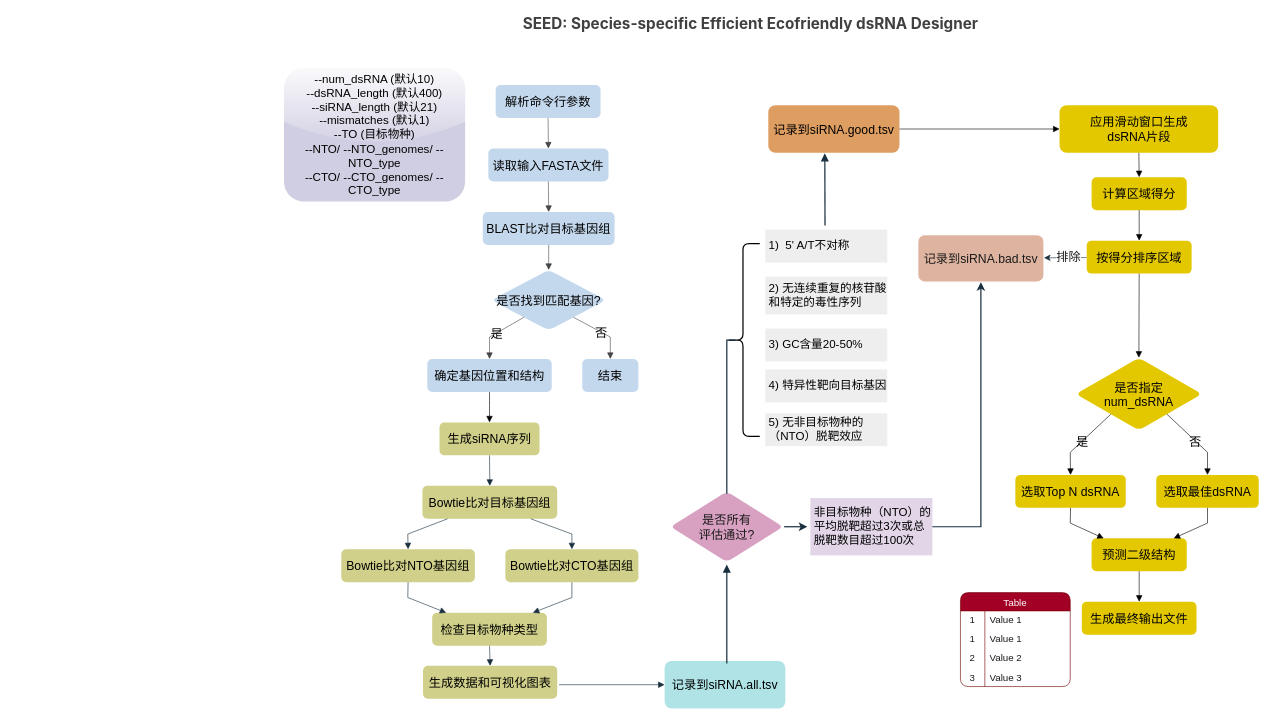
Earlier version of the draw.io diagram page "第 19 页" (18 of 19) of 未命名绘图.drawio (hjanime/101). Source tidied: cells renumbered, new cells numbered last; positions are measured from the earlier drawing's top-left corner, leaving out a move shared by most shapes. Both pictures are drawn from the tidied source at 61%, with x=0, y=0 at pixel (284, 10).
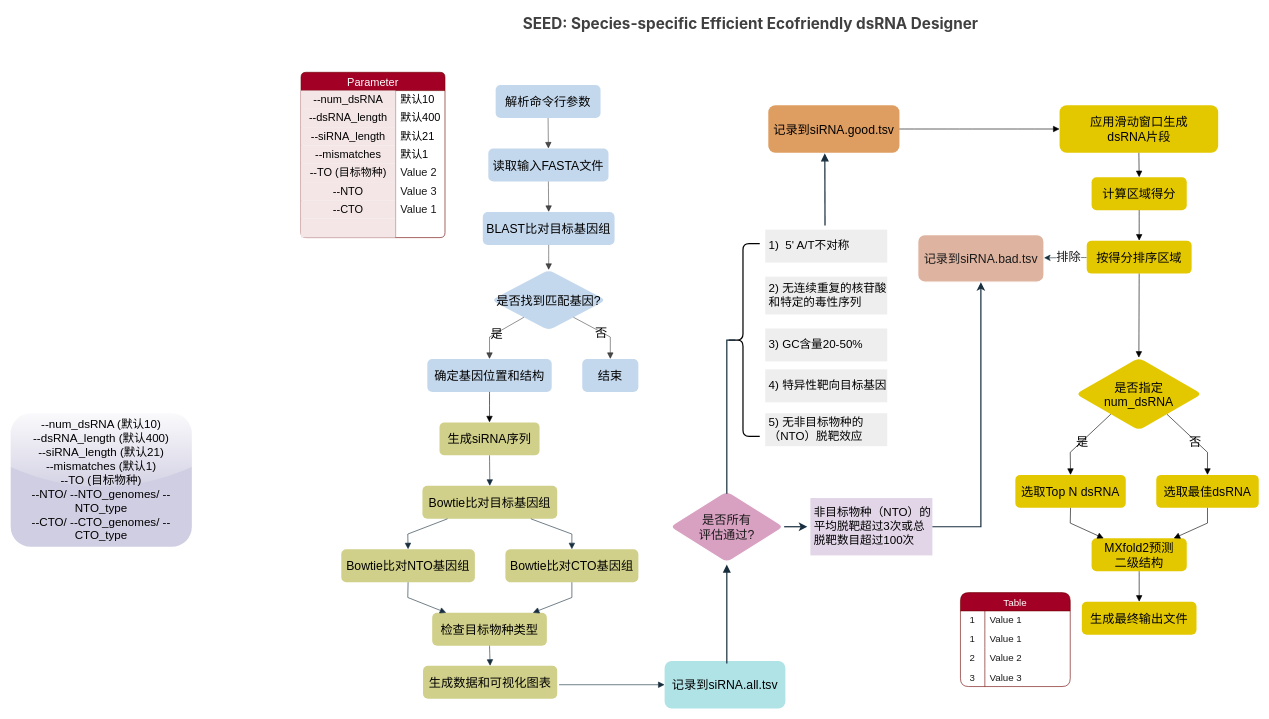
After the change.

Commit message:
更新未命名绘图.drawio

Diff of the diagram source:
```diff
@@
-    <mxCell id="28" value="预测二级结构" style="whiteSpace=wrap;strokeWidth=2;labelBackgroundColor=none;fillColor=#e3c800;strokeColor=none;rounded=1;fontSize=20;fontColor=#000000;" parent="1" vertex="1">
+    <mxCell id="28" value="MXfold2预测&#10;二级结构" style="whiteSpace=wrap;strokeWidth=2;labelBackgroundColor=none;fillColor=#e3c800;strokeColor=none;rounded=1;fontSize=20;fontColor=#000000;" parent="1" vertex="1">
       <mxGeometry x="1324" y="865" width="156" height="54" as="geometry" />
     </mxCell>
@@
     <mxCell id="59" value="--num_dsRNA (默认10)&#10;--dsRNA_length (默认400)&#10;--siRNA_length (默认21)&#10;--mismatches (默认1)&#10;--TO (目标物种)&#10;--NTO/ --NTO_genomes/ --NTO_type&#10;--CTO/ --CTO_genomes/ --CTO_type" style="whiteSpace=wrap;strokeWidth=2;fontSize=19;fillColor=#d0cee2;strokeColor=none;rounded=1;glass=1;" parent="1" vertex="1">
-      <mxGeometry y="94" width="297" height="219" as="geometry" />
+      <mxGeometry x="-448" y="660" width="297" height="219" as="geometry" />
     </mxCell>
@@
+    <mxCell id="79" value="Parameter" style="shape=table;startSize=30;childLayout=tableLayout;rowLines=0;fontStyle=0;strokeColor=#6F0000;fontSize=18;rounded=1;fontColor=#ffffff;fillColor=#a20025;gradientColor=none;arcSize=9;" parent="1" vertex="1">
+      <mxGeometry x="28" y="101" width="236" height="271" as="geometry" />
+    </mxCell>
+    <mxCell id="80" style="shape=tableRow;horizontal=0;startSize=0;swimlaneHead=0;swimlaneBody=0;top=0;left=0;bottom=0;right=0;fillColor=none;strokeColor=inherit;fontSize=18;rounded=1;fontColor=#1A1A1A;" parent="79" vertex="1">
+      <mxGeometry y="30" width="236" height="30" as="geometry" />
+    </mxCell>
+    <mxCell id="81" value="&lt;span style=&quot;color: rgb(0, 0, 0);&quot;&gt;--num_dsRNA&lt;/span&gt;" style="shape=partialRectangle;html=1;whiteSpace=wrap;fillColor=light-dark(#f4e6e6, #5BB3E6);top=0;left=0;bottom=0;right=0;overflow=hidden;strokeColor=inherit;fontSize=18;rounded=1;fontColor=#1A1A1A;fillStyle=auto;" parent="80" vertex="1">
+      <mxGeometry width="155" height="30" as="geometry" />
+    </mxCell>
+    <mxCell id="82" value="&lt;span style=&quot;color: rgb(0, 0, 0); text-align: center;&quot;&gt;默认10&lt;/span&gt;" style="shape=partialRectangle;html=1;whiteSpace=wrap;fillColor=none;top=0;left=0;bottom=0;right=0;align=left;spacingLeft=6;overflow=hidden;strokeColor=inherit;fontSize=18;rounded=1;fontColor=#1A1A1A;" parent="80" vertex="1">
+      <mxGeometry x="155" width="81" height="30" as="geometry" />
+    </mxCell>
+    <mxCell id="83" style="shape=tableRow;horizontal=0;startSize=0;swimlaneHead=0;swimlaneBody=0;top=0;left=0;bottom=0;right=0;fillColor=none;strokeColor=inherit;fontSize=18;rounded=1;fontColor=#1A1A1A;" parent="79" vertex="1">
+      <mxGeometry y="60" width="236" height="30" as="geometry" />
+    </mxCell>
+    <mxCell id="84" value="&lt;span style=&quot;color: rgb(0, 0, 0);&quot;&gt;--dsRNA_length&lt;/span&gt;" style="shape=partialRectangle;html=1;whiteSpace=wrap;fillColor=light-dark(#f4e6e6, #5BB3E6);top=0;left=0;bottom=0;right=0;overflow=hidden;strokeColor=inherit;fontSize=18;rounded=1;fontColor=#1A1A1A;fillStyle=auto;" parent="83" vertex="1">
+      <mxGeometry width="155" height="30" as="geometry" />
+    </mxCell>
+    <mxCell id="85" value="&lt;span style=&quot;color: rgb(0, 0, 0); text-align: center;&quot;&gt;默认400&lt;/span&gt;" style="shape=partialRectangle;html=1;whiteSpace=wrap;fillColor=none;top=0;left=0;bottom=0;right=0;align=left;spacingLeft=6;overflow=hidden;strokeColor=inherit;fontSize=18;rounded=1;fontColor=#1A1A1A;" parent="83" vertex="1">
+      <mxGeometry x="155" width="81" height="30" as="geometry" />
+    </mxCell>
+    <mxCell id="86" style="shape=tableRow;horizontal=0;startSize=0;swimlaneHead=0;swimlaneBody=0;top=0;left=0;bottom=0;right=0;fillColor=none;strokeColor=inherit;fontSize=18;rounded=1;fontColor=#1A1A1A;" parent="79" vertex="1">
+      <mxGeometry y="90" width="236" height="30" as="geometry" />
+    </mxCell>
+    <mxCell id="87" value="&lt;span style=&quot;color: rgb(0, 0, 0);&quot;&gt;--siRNA_length&lt;/span&gt;" style="shape=partialRectangle;html=1;whiteSpace=wrap;fillColor=light-dark(#f4e6e6, #5BB3E6);top=0;left=0;bottom=0;right=0;overflow=hidden;strokeColor=inherit;fontSize=18;rounded=1;fontColor=#1A1A1A;fillStyle=auto;" parent="86" vertex="1">
+      <mxGeometry width="155" height="30" as="geometry" />
+    </mxCell>
+    <mxCell id="88" value="&lt;span style=&quot;color: rgb(0, 0, 0); text-align: center;&quot;&gt;默认21&lt;/span&gt;" style="shape=partialRectangle;html=1;whiteSpace=wrap;fillColor=none;top=0;left=0;bottom=0;right=0;align=left;spacingLeft=6;overflow=hidden;strokeColor=inherit;fontSize=18;rounded=1;fontColor=#1A1A1A;" parent="86" vertex="1">
+      <mxGeometry x="155" width="81" height="30" as="geometry" />
+    </mxCell>
+    <mxCell id="89" style="shape=tableRow;horizontal=0;startSize=0;swimlaneHead=0;swimlaneBody=0;top=0;left=0;bottom=0;right=0;fillColor=none;strokeColor=inherit;fontSize=18;rounded=1;fontColor=#1A1A1A;" parent="79" vertex="1">
+      <mxGeometry y="120" width="236" height="30" as="geometry" />
+    </mxCell>
+    <mxCell id="90" value="&lt;span style=&quot;color: rgb(0, 0, 0);&quot;&gt;--mismatches&lt;/span&gt;" style="shape=partialRectangle;html=1;whiteSpace=wrap;fillColor=light-dark(#f4e6e6, #5BB3E6);top=0;left=0;bottom=0;right=0;overflow=hidden;strokeColor=inherit;fontSize=18;rounded=1;fontColor=#1A1A1A;fillStyle=auto;" parent="89" vertex="1">
+      <mxGeometry width="155" height="30" as="geometry" />
+    </mxCell>
+    <mxCell id="91" value="&lt;span style=&quot;color: rgb(0, 0, 0); text-align: center;&quot;&gt;默认1&lt;/span&gt;" style="shape=partialRectangle;html=1;whiteSpace=wrap;fillColor=none;top=0;left=0;bottom=0;right=0;align=left;spacingLeft=6;overflow=hidden;strokeColor=inherit;fontSize=18;rounded=1;fontColor=#1A1A1A;" parent="89" vertex="1">
+      <mxGeometry x="155" width="81" height="30" as="geometry" />
+    </mxCell>
+    <mxCell id="92" style="shape=tableRow;horizontal=0;startSize=0;swimlaneHead=0;swimlaneBody=0;top=0;left=0;bottom=0;right=0;fillColor=none;strokeColor=inherit;fontSize=18;rounded=1;fontColor=#1A1A1A;" parent="79" vertex="1">
+      <mxGeometry y="150" width="236" height="30" as="geometry" />
+    </mxCell>
+    <mxCell id="93" value="&lt;span style=&quot;color: rgb(0, 0, 0);&quot;&gt;--TO (目标物种)&lt;/span&gt;" style="shape=partialRectangle;html=1;whiteSpace=wrap;fillColor=light-dark(#f4e6e6, #5BB3E6);top=0;left=0;bottom=0;right=0;overflow=hidden;strokeColor=inherit;fontSize=18;rounded=1;fontColor=#1A1A1A;fillStyle=auto;" parent="92" vertex="1">
+      <mxGeometry width="155" height="30" as="geometry" />
+    </mxCell>
+    <mxCell id="94" value="Value 2" style="shape=partialRectangle;html=1;whiteSpace=wrap;fillColor=none;top=0;left=0;bottom=0;right=0;align=left;spacingLeft=6;overflow=hidden;strokeColor=inherit;fontSize=18;rounded=1;fontColor=#1A1A1A;" parent="92" vertex="1">
+      <mxGeometry x="155" width="81" height="30" as="geometry" />
+    </mxCell>
+    <mxCell id="95" style="shape=tableRow;horizontal=0;startSize=0;swimlaneHead=0;swimlaneBody=0;top=0;left=0;bottom=0;right=0;fillColor=none;strokeColor=inherit;fontSize=18;rounded=1;fontColor=#1A1A1A;" parent="79" vertex="1">
+      <mxGeometry y="180" width="236" height="30" as="geometry" />
+    </mxCell>
+    <mxCell id="96" value="&lt;span style=&quot;color: rgb(0, 0, 0);&quot;&gt;--NTO&lt;/span&gt;" style="shape=partialRectangle;html=1;whiteSpace=wrap;fillColor=light-dark(#f4e6e6, #5BB3E6);top=0;left=0;bottom=0;right=0;overflow=hidden;strokeColor=inherit;fontSize=18;rounded=1;fontColor=#1A1A1A;fillStyle=auto;" parent="95" vertex="1">
+      <mxGeometry width="155" height="30" as="geometry" />
+    </mxCell>
+    <mxCell id="97" value="Value 3" style="shape=partialRectangle;html=1;whiteSpace=wrap;fillColor=none;top=0;left=0;bottom=0;right=0;align=left;spacingLeft=6;overflow=hidden;strokeColor=inherit;fontSize=18;rounded=1;fontColor=#1A1A1A;" parent="95" vertex="1">
+      <mxGeometry x="155" width="81" height="30" as="geometry" />
+    </mxCell>
+    <mxCell id="98" style="shape=tableRow;horizontal=0;startSize=0;swimlaneHead=0;swimlaneBody=0;top=0;left=0;bottom=0;right=0;fillColor=none;strokeColor=inherit;fontSize=18;rounded=1;fontColor=#1A1A1A;" parent="79" vertex="1">
+      <mxGeometry y="210" width="236" height="30" as="geometry" />
+    </mxCell>
+    <mxCell id="99" value="&lt;span style=&quot;color: rgb(0, 0, 0);&quot;&gt;--CTO&lt;/span&gt;" style="shape=partialRectangle;html=1;whiteSpace=wrap;fillColor=light-dark(#f4e6e6, #5BB3E6);top=0;left=0;bottom=0;right=0;overflow=hidden;strokeColor=inherit;fontSize=18;rounded=1;fontColor=#1A1A1A;fillStyle=auto;" parent="98" vertex="1">
+      <mxGeometry width="155" height="30" as="geometry" />
+    </mxCell>
+    <mxCell id="100" value="Value 1" style="shape=partialRectangle;html=1;whiteSpace=wrap;fillColor=none;top=0;left=0;bottom=0;right=0;align=left;spacingLeft=6;overflow=hidden;strokeColor=inherit;fontSize=18;rounded=1;fontColor=#1A1A1A;" parent="98" vertex="1">
+      <mxGeometry x="155" width="81" height="30" as="geometry" />
+    </mxCell>
+    <mxCell id="101" style="shape=tableRow;horizontal=0;startSize=0;swimlaneHead=0;swimlaneBody=0;top=0;left=0;bottom=0;right=0;fillColor=none;strokeColor=inherit;fontSize=18;rounded=1;fontColor=#1A1A1A;" parent="79" vertex="1">
+      <mxGeometry y="240" width="236" height="31" as="geometry" />
+    </mxCell>
+    <mxCell id="102" style="shape=partialRectangle;html=1;whiteSpace=wrap;fillColor=light-dark(#f4e6e6, #5BB3E6);top=0;left=0;bottom=0;right=0;overflow=hidden;strokeColor=inherit;fontSize=18;rounded=1;fontColor=#1A1A1A;fillStyle=auto;" parent="101" vertex="1">
+      <mxGeometry width="155" height="31" as="geometry" />
+    </mxCell>
+    <mxCell id="103" style="shape=partialRectangle;html=1;whiteSpace=wrap;fillColor=none;top=0;left=0;bottom=0;right=0;align=left;spacingLeft=6;overflow=hidden;strokeColor=inherit;fontSize=18;rounded=1;fontColor=#1A1A1A;" parent="101" vertex="1">
+      <mxGeometry x="155" width="81" height="31" as="geometry" />
+    </mxCell>
```
